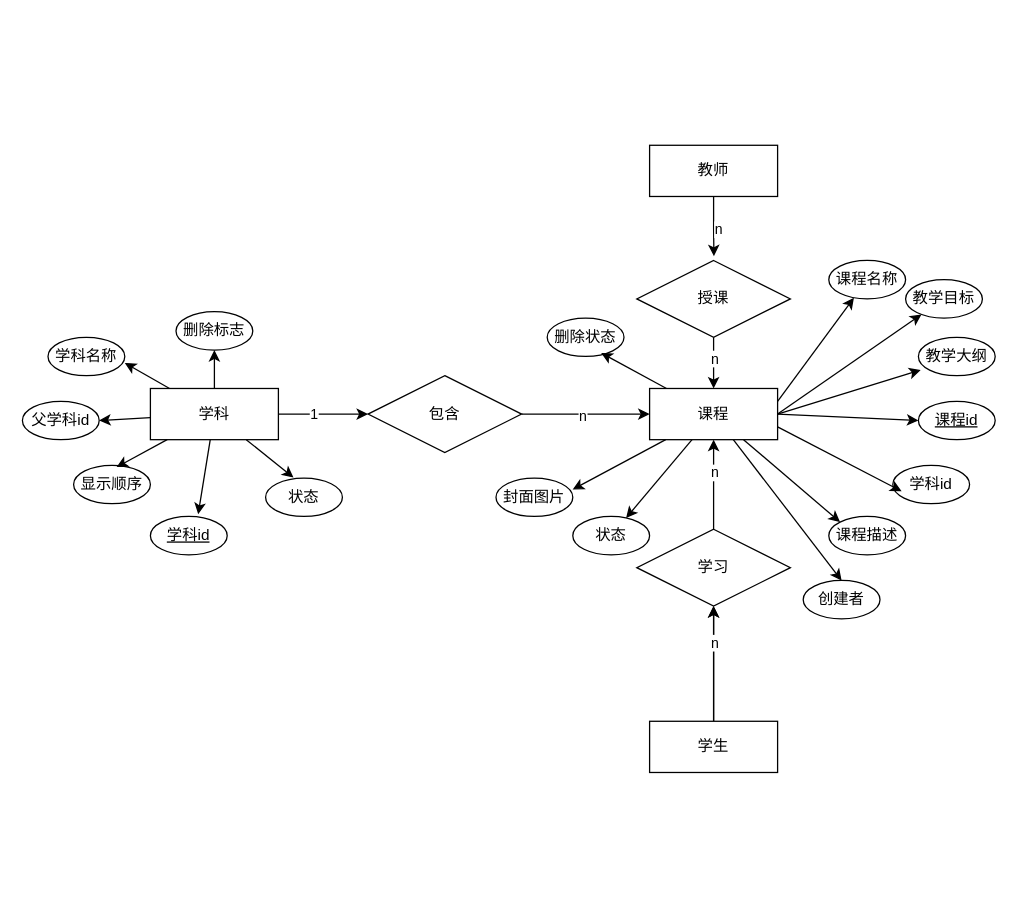
Before: 课程管理模块er.drawio in ytrLove/text_repo, a draw.io diagram. Source tidied: cells renumbered, new cells numbered last; positions are measured from the earlier drawing's top-left corner, leaving out a move shared by most shapes. Both pictures are drawn from the tidied source at 128%, with x=0, y=0 at pixel (22, 145).
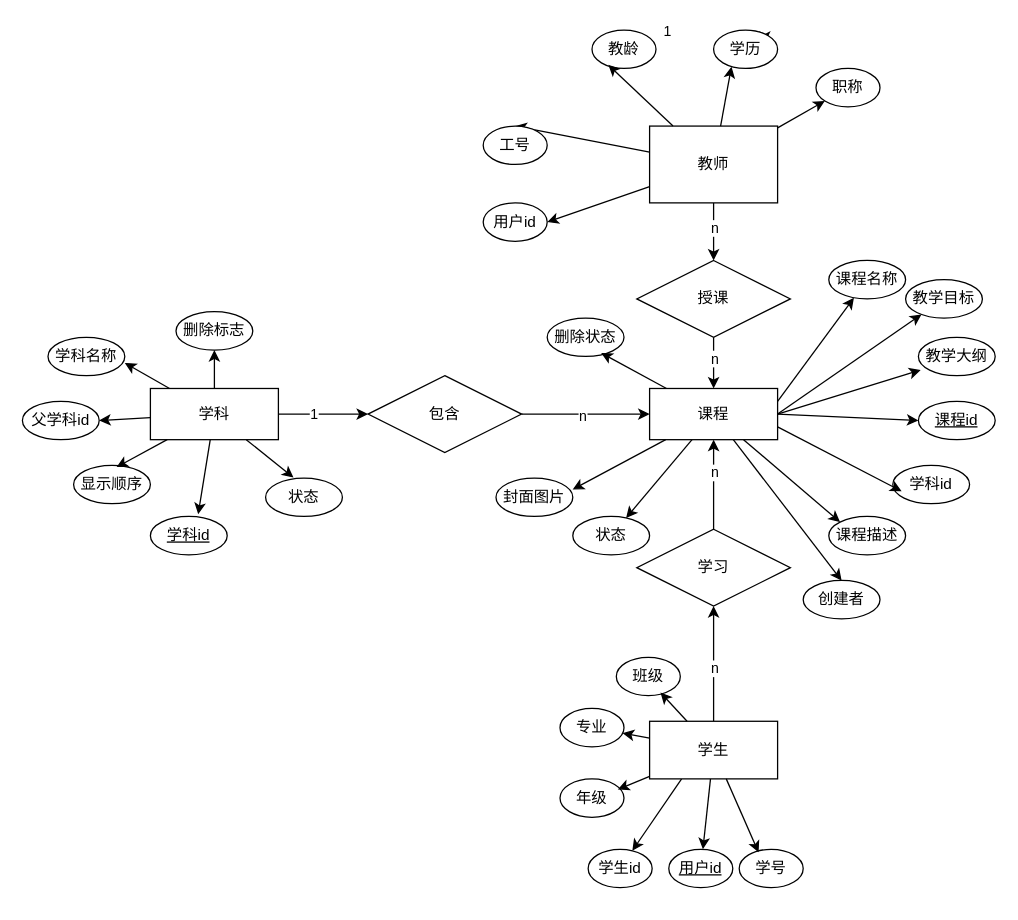
The same page after the edit.

Commit message:
更新课程管理模块er.drawio

The change refers to these unchanged cells:
```xml
<mxCell id="23" value="授课" style="shape=rhombus;perimeter=rhombusPerimeter;whiteSpace=wrap;html=1;align=center;" parent="1" vertex="1">
  <mxGeometry x="480" y="90" width="120" height="60" as="geometry" />
</mxCell>
<mxCell id="28" value="学习" style="shape=rhombus;perimeter=rhombusPerimeter;whiteSpace=wrap;html=1;align=center;" parent="1" vertex="1">
  <mxGeometry x="480" y="300" width="120" height="60" as="geometry" />
</mxCell>
```

The edit, as a diff of the source:
```diff
@@
-    <mxCell id="13" style="edgeStyle=orthogonalEdgeStyle;rounded=0;jettySize=auto;html=1;exitX=0.5;exitY=0;exitDx=0;exitDy=0;entryX=0.5;entryY=1;entryDx=0;entryDy=0;" parent="1" edge="1" source="16" target="28">
-      <mxGeometry relative="1" as="geometry" />
-    </mxCell>
-    <mxCell id="14" style="edgeStyle=orthogonalEdgeStyle;rounded=0;jettySize=auto;html=1;" parent="1" edge="1" source="16" target="28">
-      <mxGeometry relative="1" as="geometry" />
-    </mxCell>
-    <mxCell id="15" value="n" style="edgeLabel;html=1;align=center;verticalAlign=middle;" parent="14" vertex="1">
-      <mxGeometry x="0.37" relative="1" as="geometry" />
-    </mxCell>
-    <mxCell id="16" value="学生" style="whiteSpace=wrap;html=1;align=center;" parent="1" vertex="1">
-      <mxGeometry x="490" y="450" width="100" height="40" as="geometry" />
-    </mxCell>
-    <mxCell id="17" value="教师" style="whiteSpace=wrap;html=1;align=center;" parent="1" vertex="1">
-      <mxGeometry x="490" width="100" height="40" as="geometry" />
-    </mxCell>
@@
-    <mxCell id="24" style="edgeStyle=orthogonalEdgeStyle;rounded=0;jettySize=auto;html=1;entryX=0.502;entryY=-0.056;entryDx=0;entryDy=0;entryPerimeter=0;" parent="1" edge="1" source="17" target="23">
-      <mxGeometry relative="1" as="geometry" />
-    </mxCell>
-    <mxCell id="25" value="n" style="edgeLabel;html=1;align=center;verticalAlign=middle;" parent="24" vertex="1">
-      <mxGeometry x="0.11" y="4" relative="1" as="geometry">
-        <mxPoint x="-1" as="offset" />
-      </mxGeometry>
-    </mxCell>
@@
+    <mxCell id="55" style="edgeStyle=none;rounded=0;jettySize=auto;html=1;entryX=0.5;entryY=0;entryDx=0;entryDy=0;" parent="1" edge="1" source="17" target="65">
+      <mxGeometry relative="1" as="geometry" />
+    </mxCell>
+    <mxCell id="56" style="edgeStyle=none;rounded=0;jettySize=auto;html=1;" parent="1" edge="1" source="17" target="61">
+      <mxGeometry relative="1" as="geometry" />
+    </mxCell>
+    <mxCell id="24" style="edgeStyle=orthogonalEdgeStyle;rounded=0;jettySize=auto;html=1;entryX=0.5;entryY=0;entryDx=0;entryDy=0;" parent="1" edge="1" source="17" target="23">
+      <mxGeometry relative="1" as="geometry" />
+    </mxCell>
+    <mxCell id="57" value="n" style="edgeLabel;html=1;align=center;verticalAlign=middle;" parent="24" vertex="1">
+      <mxGeometry x="-0.16" relative="1" as="geometry" />
+    </mxCell>
+    <mxCell id="58" style="edgeStyle=none;rounded=0;jettySize=auto;html=1;entryX=1;entryY=0.5;entryDx=0;entryDy=0;" parent="1" edge="1" source="17" target="60">
+      <mxGeometry relative="1" as="geometry" />
+    </mxCell>
+    <mxCell id="17" value="教师" style="whiteSpace=wrap;html=1;rounded=0;" parent="1" vertex="1">
+      <mxGeometry x="490" y="-15" width="100" height="60" as="geometry" />
+    </mxCell>
+    <mxCell id="59" value="1" style="edgeLabel;html=1;align=center;verticalAlign=middle;" parent="1" vertex="1">
+      <mxGeometry x="503.4" y="-90" as="geometry" />
+    </mxCell>
+    <mxCell id="60" value="用户id" style="ellipse;whiteSpace=wrap;html=1;align=center;" parent="1" vertex="1">
+      <mxGeometry x="360" y="45" width="50" height="30" as="geometry" />
+    </mxCell>
+    <mxCell id="61" value="职称" style="ellipse;whiteSpace=wrap;html=1;align=center;" parent="1" vertex="1">
+      <mxGeometry x="620" y="-60" width="50" height="30" as="geometry" />
+    </mxCell>
+    <mxCell id="62" style="edgeStyle=orthogonalEdgeStyle;rounded=0;jettySize=auto;html=1;exitX=1;exitY=0;exitDx=0;exitDy=0;" parent="1" edge="1" source="63">
+      <mxGeometry relative="1" as="geometry">
+        <mxPoint x="580" y="-80" as="targetPoint" />
+      </mxGeometry>
+    </mxCell>
+    <mxCell id="63" value="学历" style="ellipse;whiteSpace=wrap;html=1;align=center;" parent="1" vertex="1">
+      <mxGeometry x="540" y="-90" width="50" height="30" as="geometry" />
+    </mxCell>
+    <mxCell id="64" value="教龄" style="ellipse;whiteSpace=wrap;html=1;align=center;" parent="1" vertex="1">
+      <mxGeometry x="445" y="-90" width="50" height="30" as="geometry" />
+    </mxCell>
+    <mxCell id="65" value="工号" style="ellipse;whiteSpace=wrap;html=1;align=center;" parent="1" vertex="1">
+      <mxGeometry x="360" y="-15" width="50" height="30" as="geometry" />
+    </mxCell>
+    <mxCell id="66" style="edgeStyle=none;rounded=0;jettySize=auto;html=1;entryX=0.279;entryY=0.952;entryDx=0;entryDy=0;entryPerimeter=0;" parent="1" edge="1" source="17" target="63">
+      <mxGeometry relative="1" as="geometry" />
+    </mxCell>
+    <mxCell id="67" style="edgeStyle=none;rounded=0;jettySize=auto;html=1;entryX=0.255;entryY=0.905;entryDx=0;entryDy=0;entryPerimeter=0;" parent="1" edge="1" source="17" target="64">
+      <mxGeometry relative="1" as="geometry" />
+    </mxCell>
+    <mxCell id="68" style="edgeStyle=none;rounded=0;jettySize=auto;html=1;exitX=0.25;exitY=1;exitDx=0;exitDy=0;" parent="1" edge="1" source="16" target="73">
+      <mxGeometry relative="1" as="geometry" />
+    </mxCell>
+    <mxCell id="69" style="edgeStyle=none;rounded=0;jettySize=auto;html=1;" parent="1" edge="1" source="16" target="74">
+      <mxGeometry relative="1" as="geometry" />
+    </mxCell>
+    <mxCell id="70" style="edgeStyle=none;rounded=0;jettySize=auto;html=1;" parent="1" edge="1" source="16" target="79">
+      <mxGeometry relative="1" as="geometry" />
+    </mxCell>
+    <mxCell id="71" style="edgeStyle=none;rounded=0;jettySize=auto;html=1;entryX=0.5;entryY=1;entryDx=0;entryDy=0;" parent="1" edge="1" source="16" target="28">
+      <mxGeometry relative="1" as="geometry" />
+    </mxCell>
+    <mxCell id="72" value="n" style="edgeLabel;html=1;align=center;verticalAlign=middle;" parent="71" vertex="1">
+      <mxGeometry x="-0.07" relative="1" as="geometry" />
+    </mxCell>
+    <mxCell id="16" value="学生" style="whiteSpace=wrap;html=1;rounded=0;" parent="1" vertex="1">
+      <mxGeometry x="490" y="450" width="100" height="45" as="geometry" />
+    </mxCell>
+    <mxCell id="73" value="学生id" style="ellipse;whiteSpace=wrap;html=1;align=center;" parent="1" vertex="1">
+      <mxGeometry x="442" y="550" width="50" height="30" as="geometry" />
+    </mxCell>
+    <mxCell id="74" value="用户id" style="ellipse;whiteSpace=wrap;html=1;align=center;fontStyle=4;" parent="1" vertex="1">
+      <mxGeometry x="505" y="550" width="50" height="30" as="geometry" />
+    </mxCell>
+    <mxCell id="75" value="学号" style="ellipse;whiteSpace=wrap;html=1;align=center;" parent="1" vertex="1">
+      <mxGeometry x="560" y="550" width="50" height="30" as="geometry" />
+    </mxCell>
+    <mxCell id="76" style="edgeStyle=none;rounded=0;jettySize=auto;html=1;entryX=0.303;entryY=0.08;entryDx=0;entryDy=0;entryPerimeter=0;" parent="1" edge="1" source="16" target="75">
+      <mxGeometry relative="1" as="geometry" />
+    </mxCell>
+    <mxCell id="77" style="edgeStyle=none;rounded=0;orthogonalLoop=1;jettySize=auto;html=1;exitX=0.5;exitY=1;exitDx=0;exitDy=0;" parent="1" edge="1" source="75" target="75">
+      <mxGeometry relative="1" as="geometry" />
+    </mxCell>
+    <mxCell id="78" value="年级" style="ellipse;whiteSpace=wrap;html=1;align=center;" parent="1" vertex="1">
+      <mxGeometry x="420" y="495" width="50" height="30" as="geometry" />
+    </mxCell>
+    <mxCell id="79" value="专业" style="ellipse;whiteSpace=wrap;html=1;align=center;" parent="1" vertex="1">
+      <mxGeometry x="420" y="440" width="50" height="30" as="geometry" />
+    </mxCell>
+    <mxCell id="80" value="班级" style="ellipse;whiteSpace=wrap;html=1;align=center;" parent="1" vertex="1">
+      <mxGeometry x="464" y="400" width="50" height="30" as="geometry" />
+    </mxCell>
+    <mxCell id="81" style="edgeStyle=none;rounded=0;jettySize=auto;html=1;entryX=0.904;entryY=0.274;entryDx=0;entryDy=0;entryPerimeter=0;" parent="1" edge="1" source="16" target="78">
+      <mxGeometry relative="1" as="geometry" />
+    </mxCell>
+    <mxCell id="82" style="edgeStyle=none;rounded=0;jettySize=auto;html=1;entryX=0.69;entryY=0.916;entryDx=0;entryDy=0;entryPerimeter=0;" parent="1" edge="1" source="16" target="80">
+      <mxGeometry relative="1" as="geometry" />
+    </mxCell>
+    <mxCell id="83" style="edgeStyle=none;rounded=0;orthogonalLoop=1;jettySize=auto;html=1;exitX=1;exitY=0;exitDx=0;exitDy=0;" parent="1" edge="1" source="75" target="75">
+      <mxGeometry relative="1" as="geometry" />
+    </mxCell>
```
